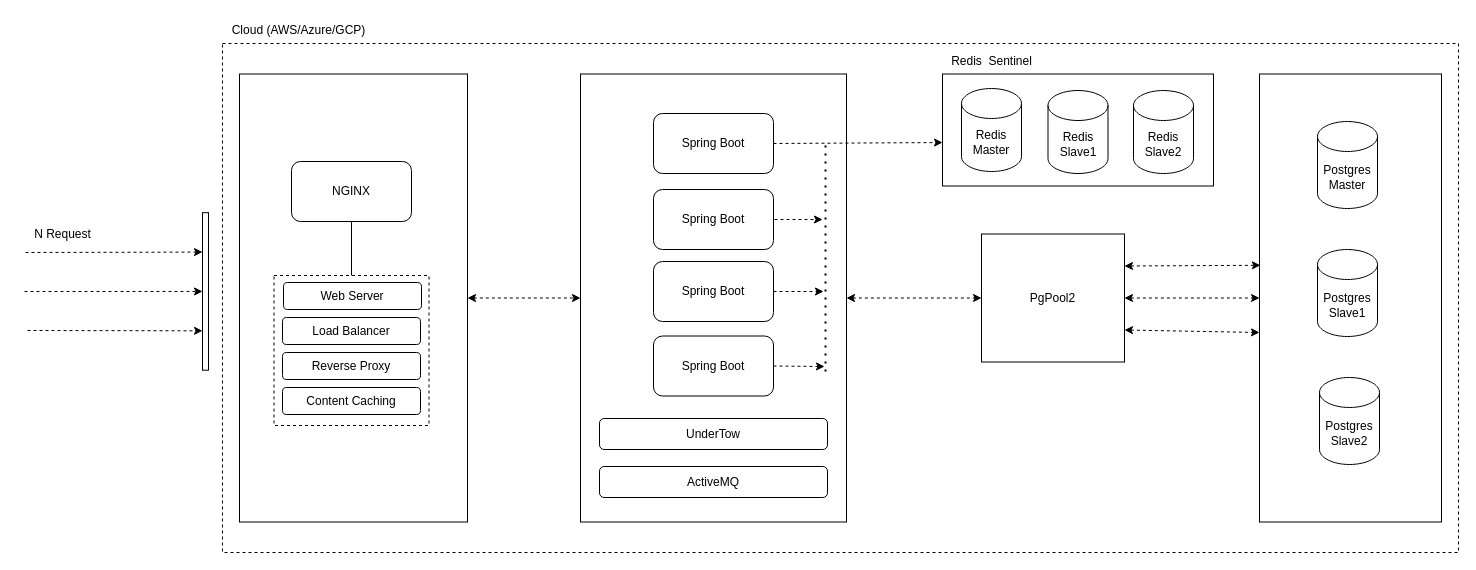
suriya-mca/Design keeps this draw.io diagram as Spring_Boot/Spring_Boot.drawio. Above is the earlier version. Source tidied: cells renumbered, new cells numbered last; positions are measured from the earlier drawing's top-left corner, leaving out a move shared by most shapes. Both pictures are drawn from the tidied source at 100%, with x=0, y=0 at pixel (24, 17).
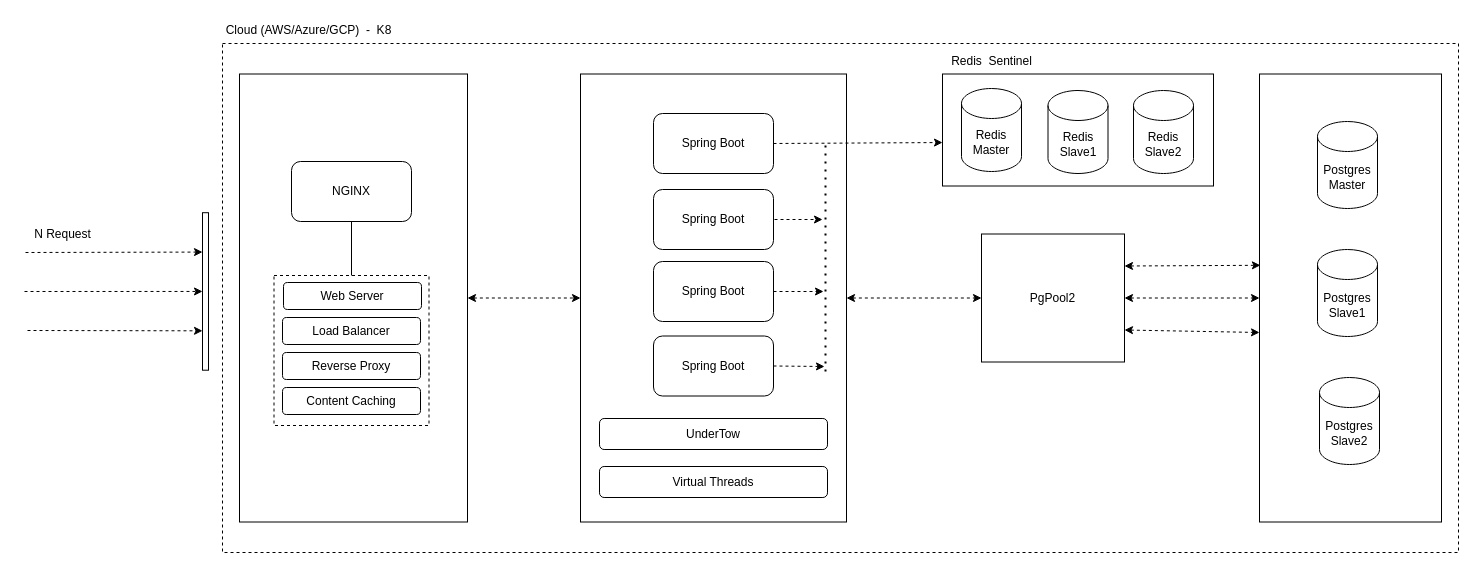
Above is the later version.

Change to the diagram source:
```diff
@@
-    <mxCell id="16" value="ActiveMQ" style="rounded=1;whiteSpace=wrap;html=1;" parent="1" vertex="1">
+    <mxCell id="16" value="Virtual Threads" style="rounded=1;whiteSpace=wrap;html=1;" parent="1" vertex="1">
       <mxGeometry x="575" y="449" width="228" height="31" as="geometry" />
     </mxCell>
@@
-    <mxCell id="24" value="Cloud (AWS/Azure/GCP)" style="text;html=1;align=center;verticalAlign=middle;strokeColor=none;fillColor=none;" parent="1" vertex="1">
-      <mxGeometry x="198" width="152" height="26" as="geometry" />
+    <mxCell id="24" value="Cloud (AWS/Azure/GCP)&amp;nbsp; -&amp;nbsp; K8" style="text;html=1;align=center;verticalAlign=middle;strokeColor=none;fillColor=none;" parent="1" vertex="1">
+      <mxGeometry x="192" width="184" height="26" as="geometry" />
     </mxCell>
```
